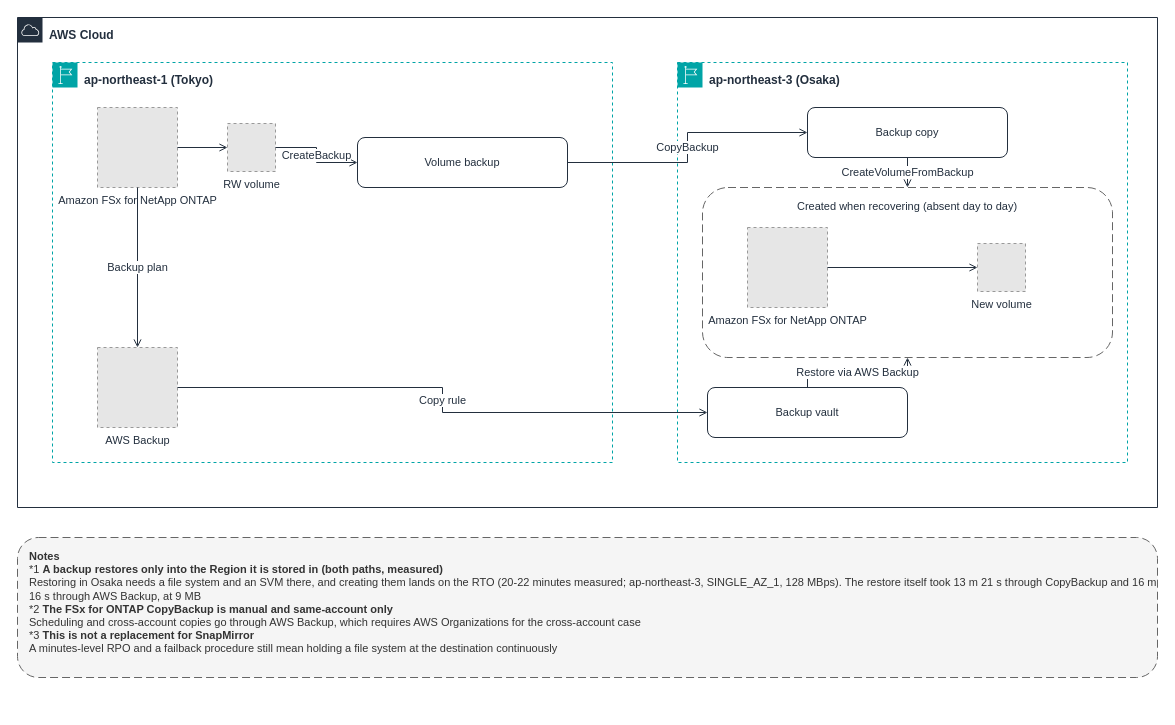
Earlier version of the draw.io diagram docs/_assets/diagrams/backup-copy-cross-region-en.drawio (Yoshiki0705/FSx-for-ONTAP-Adoption-Playbook). Source tidied: cells renumbered, new cells numbered last; positions are measured from the earlier drawing's top-left corner, leaving out a move shared by most shapes. Both pictures are drawn from the tidied source at 100%, with x=0, y=0 at pixel (17, 17). Pictures stored in the file or linked from it are replaced by grey dashed boxes.
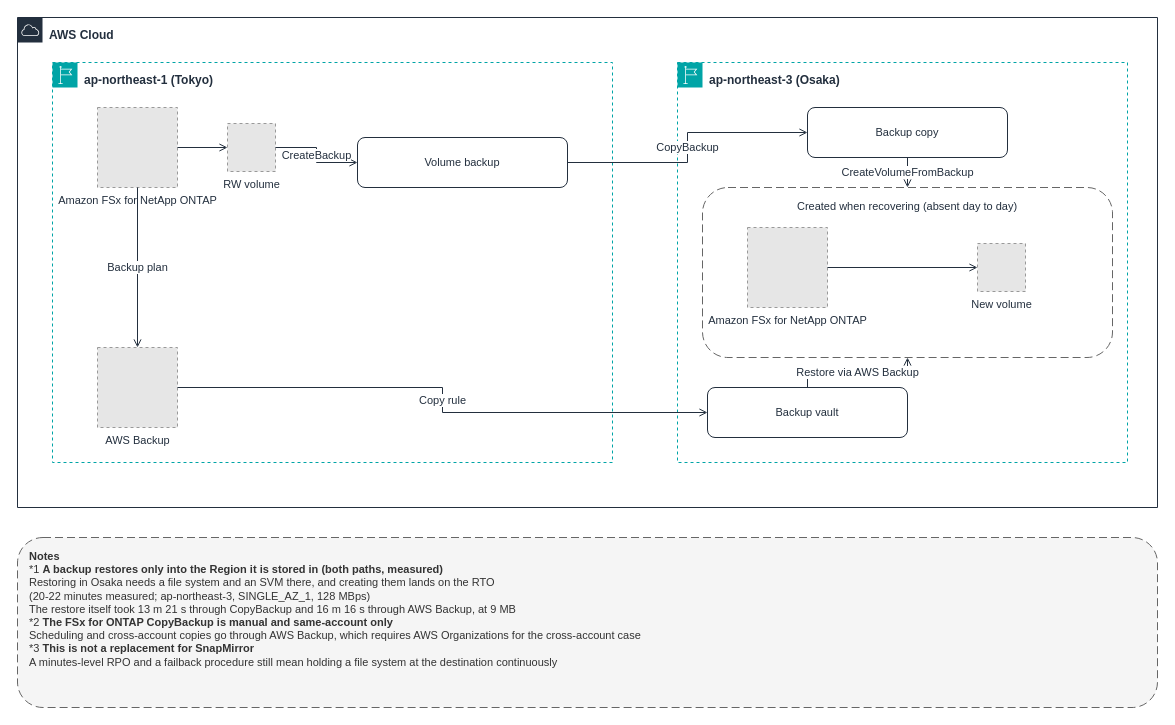
After the change.

Diff of the diagram source:
```diff
@@
-    <mxCell id="22" value="&lt;b&gt;Notes&lt;/b&gt;&lt;br&gt;*1 &lt;b&gt;A backup restores only into the Region it is stored in (both paths, measured)&lt;/b&gt;&lt;br&gt;Restoring in Osaka needs a file system and an SVM there, and creating them lands on the RTO (20-22 minutes measured; ap-northeast-3, SINGLE_AZ_1, 128 MBps). The restore itself took 13 m 21 s through CopyBackup and 16 m 16 s through AWS Backup, at 9 MB&lt;br&gt;*2 &lt;b&gt;The FSx for ONTAP CopyBackup is manual and same-account only&lt;/b&gt;&lt;br&gt;Scheduling and cross-account copies go through AWS Backup, which requires AWS Organizations for the cross-account case&lt;br&gt;*3 &lt;b&gt;This is not a replacement for SnapMirror&lt;/b&gt;&lt;br&gt;A minutes-level RPO and a failback procedure still mean holding a file system at the destination continuously" style="rounded=1;whiteSpace=wrap;html=1;dashed=1;dashPattern=8 4;strokeColor=#666666;fillColor=#F5F5F5;fontColor=#333333;fontSize=11;align=left;verticalAlign=top;spacingLeft=10;spacingTop=6;" parent="1" vertex="1">
-      <mxGeometry y="520" width="1140" height="140" as="geometry" />
+    <mxCell id="22" value="&lt;b&gt;Notes&lt;/b&gt;&lt;br&gt;*1 &lt;b&gt;A backup restores only into the Region it is stored in (both paths, measured)&lt;/b&gt;&lt;br&gt;Restoring in Osaka needs a file system and an SVM there, and creating them lands on the RTO&lt;br&gt;(20-22 minutes measured; ap-northeast-3, SINGLE_AZ_1, 128 MBps)&lt;br&gt;The restore itself took 13 m 21 s through CopyBackup and 16 m 16 s through AWS Backup, at 9 MB&lt;br&gt;*2 &lt;b&gt;The FSx for ONTAP CopyBackup is manual and same-account only&lt;/b&gt;&lt;br&gt;Scheduling and cross-account copies go through AWS Backup, which requires AWS Organizations for the cross-account case&lt;br&gt;*3 &lt;b&gt;This is not a replacement for SnapMirror&lt;/b&gt;&lt;br&gt;A minutes-level RPO and a failback procedure still mean holding a file system at the destination continuously" style="rounded=1;whiteSpace=wrap;html=1;dashed=1;dashPattern=8 4;strokeColor=#666666;fillColor=#F5F5F5;fontColor=#333333;fontSize=11;align=left;verticalAlign=top;spacingLeft=10;spacingTop=6;" parent="1" vertex="1">
+      <mxGeometry y="520" width="1140" height="170" as="geometry" />
     </mxCell>
```
